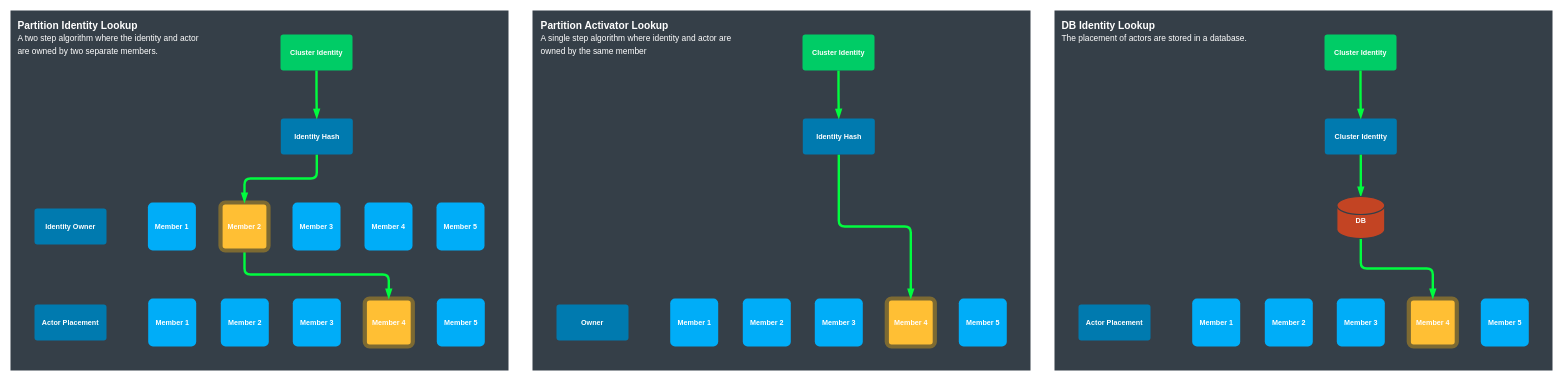
The draw.io diagram page "Partitions" (8 of 13) of hugo/content/docs/clusterintro/clusterintro.drawio in asynkron/protoactor-website, before the edit. Source tidied: cells renumbered, new cells numbered last; positions are measured from the earlier drawing's top-left corner, leaving out a move shared by most shapes. Both pictures are drawn from the tidied source at 60%, with x=0, y=0 at pixel (10, 10).
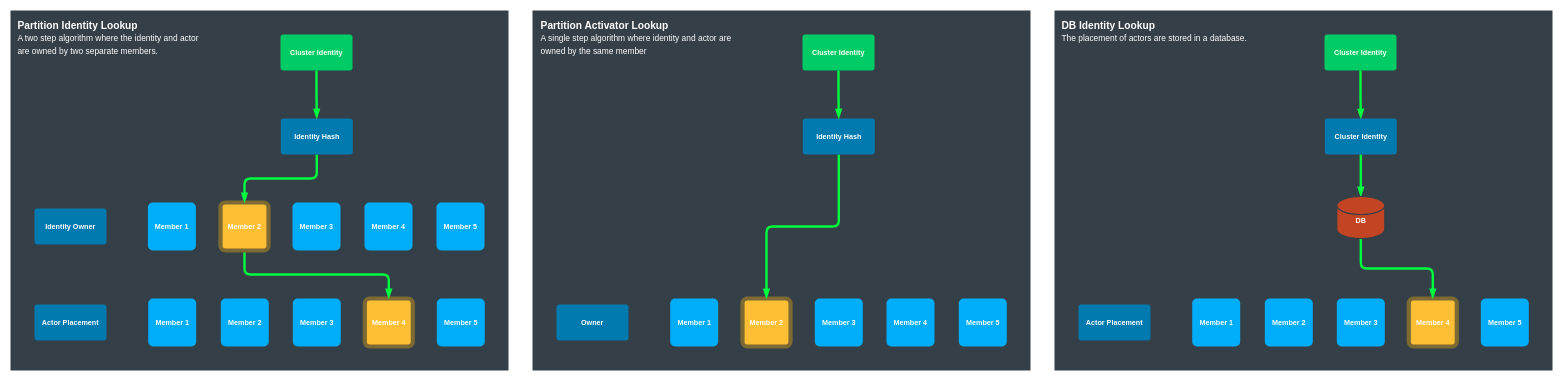
Above is the later version.

The change refers to these unchanged cells:
```xml
<mxCell id="28" value="Identity Hash" style="rounded=1;whiteSpace=wrap;html=1;fontStyle=1;strokeColor=none;fontColor=#FFFFFF;arcSize=8;fillColor=#007AAF;" parent="1" vertex="1">
  <mxGeometry x="1320.5" y="180" width="120" height="60" as="geometry" />
</mxCell>
```

The edit, as a diff of the source:
```diff
@@
-    <mxCell id="21" value="&lt;span&gt;Member 4&lt;/span&gt;" style="rounded=1;whiteSpace=wrap;html=1;fontStyle=1;fontColor=#FFFFFF;arcSize=10;fillColor=#FFBF34;strokeWidth=7;strokeColor=#7D6A32;" parent="1" vertex="1">
-      <mxGeometry x="1460.5" y="480" width="80" height="80" as="geometry" />
+    <mxCell id="21" value="&lt;span&gt;Member 2&lt;/span&gt;" style="rounded=1;whiteSpace=wrap;html=1;fontStyle=1;fontColor=#FFFFFF;arcSize=10;fillColor=#FFBF34;strokeWidth=7;strokeColor=#7D6A32;" parent="1" vertex="1">
+      <mxGeometry x="1220" y="480" width="80" height="80" as="geometry" />
     </mxCell>
-    <mxCell id="22" style="edgeStyle=orthogonalEdgeStyle;sketch=0;jettySize=auto;html=1;exitX=0.5;exitY=1;exitDx=0;exitDy=0;entryX=0.5;entryY=0;entryDx=0;entryDy=0;shadow=0;endArrow=blockThin;endFill=1;strokeColor=#00FC3F;strokeWidth=4;fontColor=#FFFFFF;" parent="1" edge="1" source="28" target="21">
+    <mxCell id="22" style="edgeStyle=orthogonalEdgeStyle;sketch=0;jettySize=auto;html=1;exitX=0.5;exitY=1;exitDx=0;exitDy=0;shadow=0;endArrow=blockThin;endFill=1;strokeColor=#00FC3F;strokeWidth=4;fontColor=#FFFFFF;entryX=0.5;entryY=0;entryDx=0;entryDy=0;" parent="1" edge="1" source="28" target="21">
       <mxGeometry relative="1" as="geometry" />
     </mxCell>
@@
-    <mxCell id="24" value="Member 2" style="rounded=1;whiteSpace=wrap;html=1;strokeColor=none;fontStyle=1;fontColor=#FFFFFF;fillColor=#00ADF8;arcSize=10;" parent="1" vertex="1">
-      <mxGeometry x="1220.5" y="480" width="80" height="80" as="geometry" />
+    <mxCell id="24" value="Member 4" style="rounded=1;whiteSpace=wrap;html=1;strokeColor=none;fontStyle=1;fontColor=#FFFFFF;fillColor=#00ADF8;arcSize=10;" parent="1" vertex="1">
+      <mxGeometry x="1460" y="480" width="80" height="80" as="geometry" />
     </mxCell>
```
